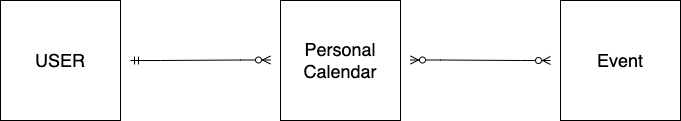
Above: Planning/ERD.png in shaialoni/SEIR_Project_2 (draw.io), before the change. Source tidied: cells renumbered, new cells last; positions are measured from the earlier drawing's top-left corner, leaving out a move shared by most shapes. The source it was exported from:
```xml
<mxGraphModel>
  <root>
    <mxCell id="0" />
    <mxCell id="1" parent="0" />
    <mxCell id="2" value="USER" style="whiteSpace=wrap;html=1;fontSize=18;" parent="1" vertex="1">
      <mxGeometry width="120" height="120" as="geometry" />
    </mxCell>
    <mxCell id="3" value="Personal Calendar" style="whiteSpace=wrap;html=1;fontSize=18;" parent="1" vertex="1">
      <mxGeometry x="280" width="120" height="120" as="geometry" />
    </mxCell>
    <mxCell id="4" value="Event" style="whiteSpace=wrap;html=1;fontSize=18;" parent="1" vertex="1">
      <mxGeometry x="560" width="120" height="120" as="geometry" />
    </mxCell>
    <mxCell id="5" style="edgeStyle=entityRelationEdgeStyle;fontSize=12;html=1;endArrow=ERzeroToMany;startArrow=ERmandOne;rounded=0;" parent="1" edge="1">
      <mxGeometry relative="1" as="geometry">
        <mxPoint x="130" y="60" as="sourcePoint" />
        <mxPoint x="270" y="59.5" as="targetPoint" />
      </mxGeometry>
    </mxCell>
    <mxCell id="6" style="edgeStyle=entityRelationEdgeStyle;fontSize=12;html=1;endArrow=ERzeroToMany;endFill=1;startArrow=ERzeroToMany;rounded=0;" parent="1" edge="1">
      <mxGeometry relative="1" as="geometry">
        <mxPoint x="410" y="59.5" as="sourcePoint" />
        <mxPoint x="550" y="60" as="targetPoint" />
      </mxGeometry>
    </mxCell>
  </root>
</mxGraphModel>
```
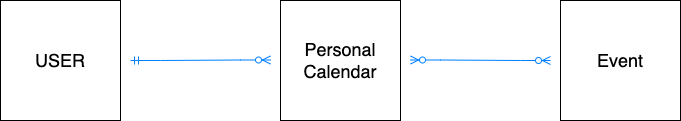
After the commit.

Change to the diagram source:
```diff
@@ -11,13 +11,13 @@
     <mxCell id="4" value="Event" style="whiteSpace=wrap;html=1;fontSize=18;" parent="1" vertex="1">
       <mxGeometry x="560" width="120" height="120" as="geometry" />
     </mxCell>
-    <mxCell id="5" style="edgeStyle=entityRelationEdgeStyle;fontSize=12;html=1;endArrow=ERzeroToMany;startArrow=ERmandOne;rounded=0;" parent="1" edge="1">
+    <mxCell id="5" style="edgeStyle=entityRelationEdgeStyle;fontSize=12;html=1;endArrow=ERzeroToMany;startArrow=ERmandOne;rounded=0;fontColor=#007FFF;strokeColor=#007FFF;" parent="1" edge="1">
       <mxGeometry relative="1" as="geometry">
         <mxPoint x="130" y="60" as="sourcePoint" />
         <mxPoint x="270" y="59.5" as="targetPoint" />
       </mxGeometry>
     </mxCell>
-    <mxCell id="6" style="edgeStyle=entityRelationEdgeStyle;fontSize=12;html=1;endArrow=ERzeroToMany;endFill=1;startArrow=ERzeroToMany;rounded=0;" parent="1" edge="1">
+    <mxCell id="6" style="edgeStyle=entityRelationEdgeStyle;fontSize=12;html=1;endArrow=ERzeroToMany;endFill=1;startArrow=ERzeroToMany;rounded=0;fontColor=#007FFF;strokeColor=#007FFF;" parent="1" edge="1">
       <mxGeometry relative="1" as="geometry">
         <mxPoint x="410" y="59.5" as="sourcePoint" />
         <mxPoint x="550" y="60" as="targetPoint" />
```
